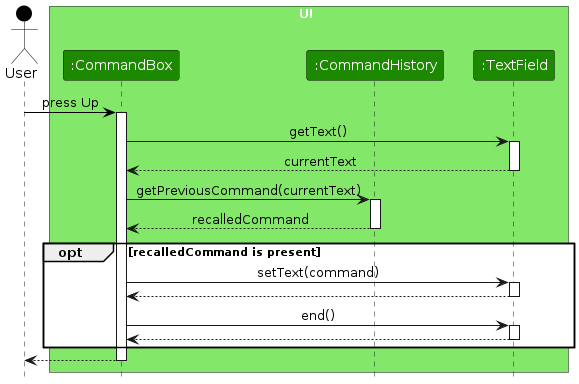
Before: diagrams/CommandHistorySequenceDiagram.png, a diagram exported from PlantUML (AY2627S1-CS2103T-T08-4/tp). Its source is kept beside it as diagrams/CommandHistorySequenceDiagram.puml.
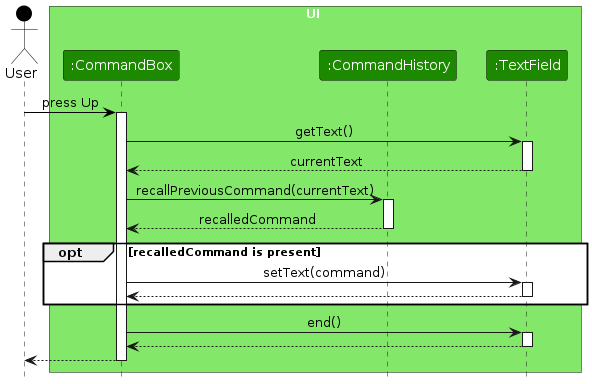
After the change.

Change to the diagram source:
```diff
@@ -18,7 +18,7 @@
 TextField --> CommandBox : currentText
 deactivate TextField
 
-CommandBox -> CommandHistory : getPreviousCommand(currentText)
+CommandBox -> CommandHistory : recallPreviousCommand(currentText)
 activate CommandHistory
 
 CommandHistory --> CommandBox : recalledCommand
@@ -29,12 +29,12 @@
     activate TextField
     TextField --> CommandBox
     deactivate TextField
+end
 
-    CommandBox -> TextField : end()
-    activate TextField
-    TextField --> CommandBox
-    deactivate TextField
-end
+CommandBox -> TextField : end()
+activate TextField
+TextField --> CommandBox
+deactivate TextField
 
 CommandBox --> user
 deactivate CommandBox
```
